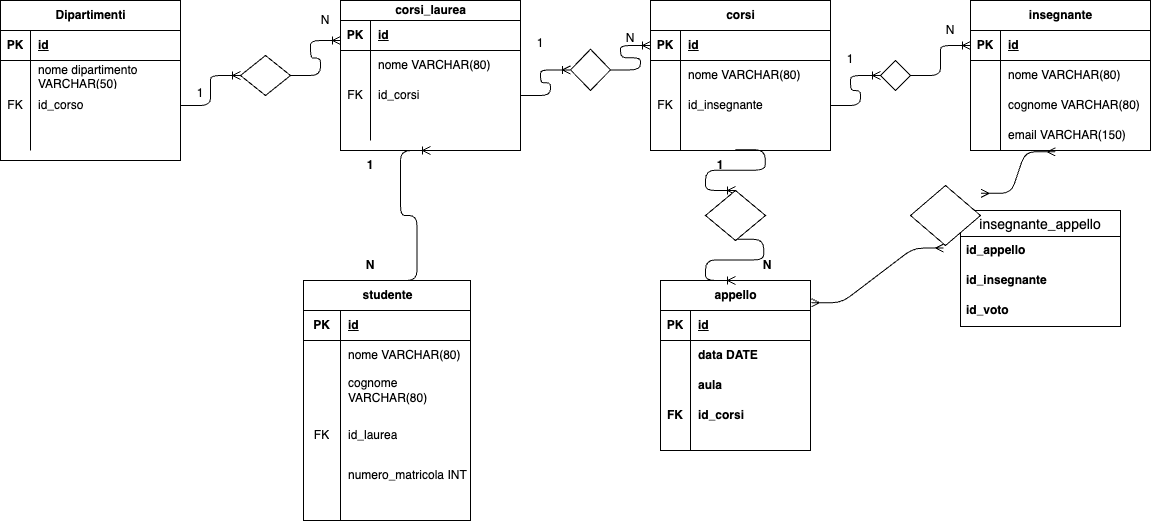
This is university.png from LucaStellato/db-university, a draw.io export, as it was before one commit. Source tidied: cells renumbered, new cells last; positions are measured from the earlier drawing's top-left corner, leaving out a move shared by most shapes.
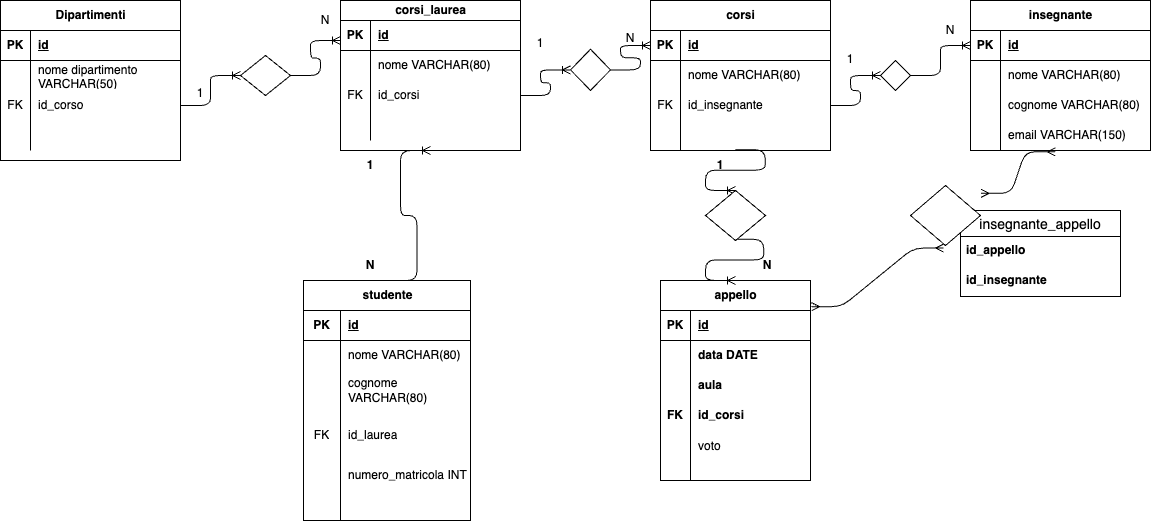
After the commit.

The edit, as a diff of the source:
```diff
@@ -282,7 +282,7 @@
       <mxGeometry x="340" y="250" width="60" height="30" as="geometry" />
     </mxCell>
     <mxCell id="91" value="appello" style="shape=table;startSize=30;rowLines=0;fontStyle=1;align=center;html=1;strokeColor=default;verticalAlign=middle;fontFamily=Helvetica;fontSize=12;fontColor=default;fillColor=default;" parent="1" vertex="1">
-      <mxGeometry x="660" y="280" width="150" height="170" as="geometry" />
+      <mxGeometry x="660" y="280" width="150" height="200" as="geometry" />
     </mxCell>
     <mxCell id="92" style="shape=tableRow;horizontal=0;startSize=0;swimlaneHead=0;swimlaneBody=0;fillColor=none;top=0;left=0;right=0;bottom=1;strokeColor=default;align=center;verticalAlign=middle;fontFamily=Helvetica;fontSize=12;fontColor=default;fontStyle=1;" parent="91" vertex="1">
       <mxGeometry y="30" width="150" height="30" as="geometry" />
@@ -320,8 +320,17 @@
     <mxCell id="103" value="id_corsi" style="shape=partialRectangle;fillColor=none;top=0;left=0;bottom=0;right=0;align=left;spacingLeft=6;overflow=hidden;whiteSpace=wrap;html=1;strokeColor=default;verticalAlign=middle;fontFamily=Helvetica;fontSize=12;fontColor=default;fontStyle=1;" parent="101" vertex="1">
       <mxGeometry x="30" width="120" height="30" as="geometry" />
     </mxCell>
+    <mxCell id="119" style="shape=tableRow;horizontal=0;startSize=0;swimlaneHead=0;swimlaneBody=0;fillColor=none;top=0;left=0;right=0;bottom=0;" parent="91" vertex="1">
+      <mxGeometry y="150" width="150" height="30" as="geometry" />
+    </mxCell>
+    <mxCell id="120" style="shape=partialRectangle;fillColor=none;top=0;left=0;bottom=0;right=0;overflow=hidden;" parent="119" vertex="1">
+      <mxGeometry width="30" height="30" as="geometry" />
+    </mxCell>
+    <mxCell id="121" value="voto" style="shape=partialRectangle;fillColor=none;top=0;left=0;bottom=0;right=0;align=left;spacingLeft=6;overflow=hidden;" parent="119" vertex="1">
+      <mxGeometry x="30" width="120" height="30" as="geometry" />
+    </mxCell>
     <mxCell id="104" style="shape=tableRow;horizontal=0;startSize=0;swimlaneHead=0;swimlaneBody=0;fillColor=none;top=0;left=0;right=0;bottom=0;strokeColor=default;align=center;verticalAlign=middle;fontFamily=Helvetica;fontSize=12;fontColor=default;fontStyle=1;" parent="91" vertex="1">
-      <mxGeometry y="150" width="150" height="20" as="geometry" />
+      <mxGeometry y="180" width="150" height="20" as="geometry" />
     </mxCell>
     <mxCell id="105" style="shape=partialRectangle;fillColor=none;top=0;left=0;bottom=0;right=0;fontStyle=0;overflow=hidden;whiteSpace=wrap;html=1;strokeColor=default;align=center;verticalAlign=middle;fontFamily=Helvetica;fontSize=12;fontColor=default;" parent="104" vertex="1">
       <mxGeometry width="30" height="20" as="geometry" />
@@ -348,7 +357,7 @@
       <mxGeometry relative="1" as="geometry" />
     </mxCell>
     <mxCell id="113" value="insegnante_appello" style="swimlane;fontStyle=0;horizontal=1;startSize=26;align=center;fontSize=14;strokeColor=default;verticalAlign=middle;fontFamily=Helvetica;fontColor=default;fillColor=default;" parent="1" vertex="1">
-      <mxGeometry x="960" y="210" width="160" height="116" as="geometry" />
+      <mxGeometry x="960" y="210" width="160" height="86" as="geometry" />
     </mxCell>
     <mxCell id="114" value="id_appello" style="text;strokeColor=none;fillColor=none;spacingLeft=4;spacingRight=4;overflow=hidden;fontSize=12;whiteSpace=wrap;html=1;fontFamily=Helvetica;fontColor=default;fontStyle=1;" parent="113" vertex="1">
       <mxGeometry y="26" width="160" height="30" as="geometry" />
@@ -356,9 +365,6 @@
     <mxCell id="115" value="id_insegnante" style="text;strokeColor=none;fillColor=none;spacingLeft=4;spacingRight=4;overflow=hidden;fontSize=12;whiteSpace=wrap;html=1;fontFamily=Helvetica;fontColor=default;fontStyle=1;" parent="113" vertex="1">
       <mxGeometry y="56" width="160" height="30" as="geometry" />
     </mxCell>
-    <mxCell id="116" value="id_voto" style="text;strokeColor=none;fillColor=none;spacingLeft=4;spacingRight=4;overflow=hidden;fontSize=12;whiteSpace=wrap;html=1;fontFamily=Helvetica;fontColor=default;fontStyle=1;" parent="113" vertex="1">
-      <mxGeometry y="86" width="160" height="30" as="geometry" />
-    </mxCell>
     <mxCell id="117" style="edgeStyle=entityRelationEdgeStyle;fontSize=12;html=1;endArrow=ERmany;startArrow=ERmany;fontFamily=Helvetica;fontColor=default;fontStyle=1;entryX=0.471;entryY=1.043;entryDx=0;entryDy=0;entryPerimeter=0;exitX=1.007;exitY=0.131;exitDx=0;exitDy=0;exitPerimeter=0;" parent="1" edge="1" source="91" target="118">
       <mxGeometry relative="1" as="geometry" />
     </mxCell>
```
